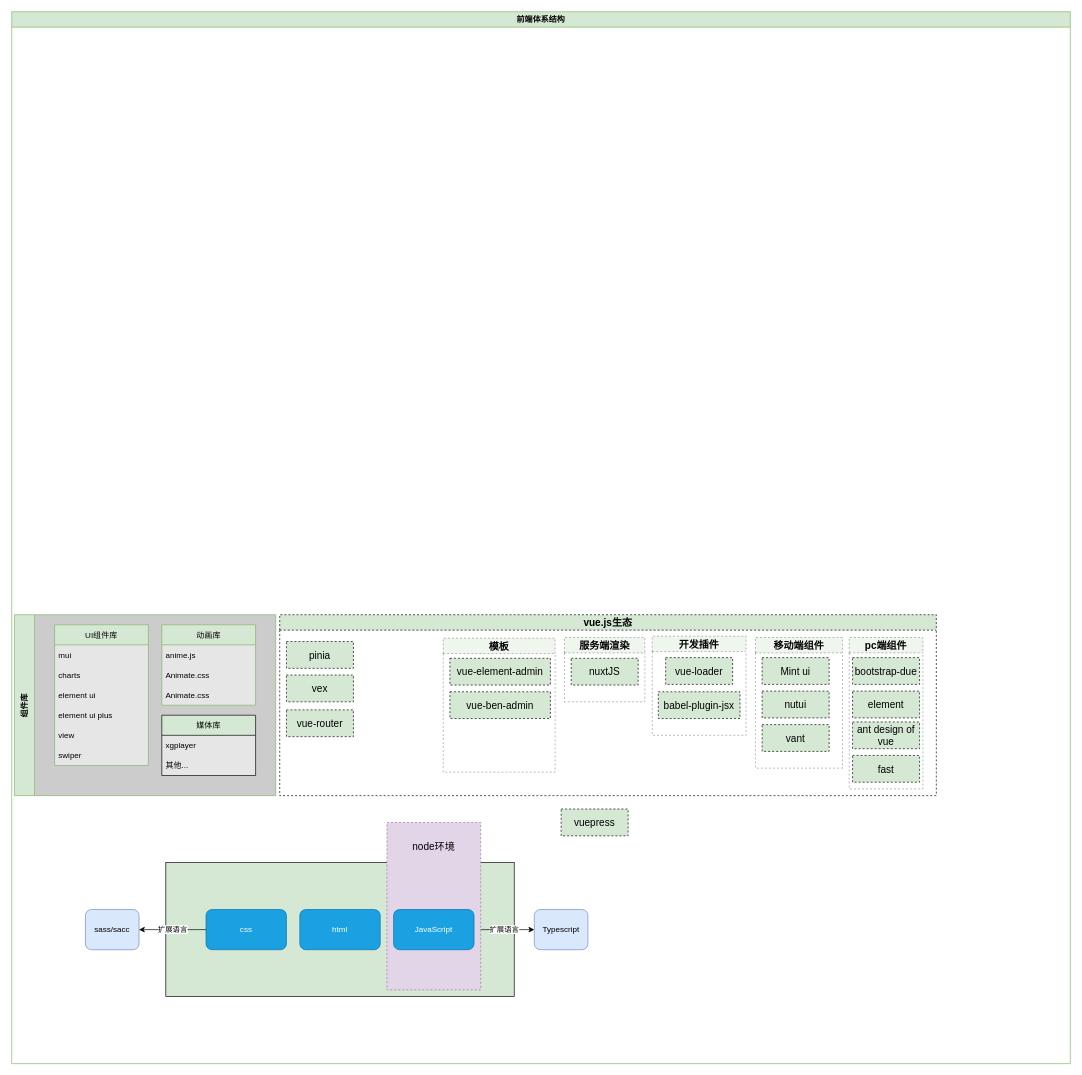
Above: docs/图表/前端体系结构.drawio in bbzywkq/bbzywkq (draw.io), before the change. Source tidied: cells renumbered, new cells numbered last; positions are measured from the earlier drawing's top-left corner, leaving out a move shared by most shapes. Both pictures are drawn from the tidied source at 67%, with x=0, y=0 at pixel (11, 11).
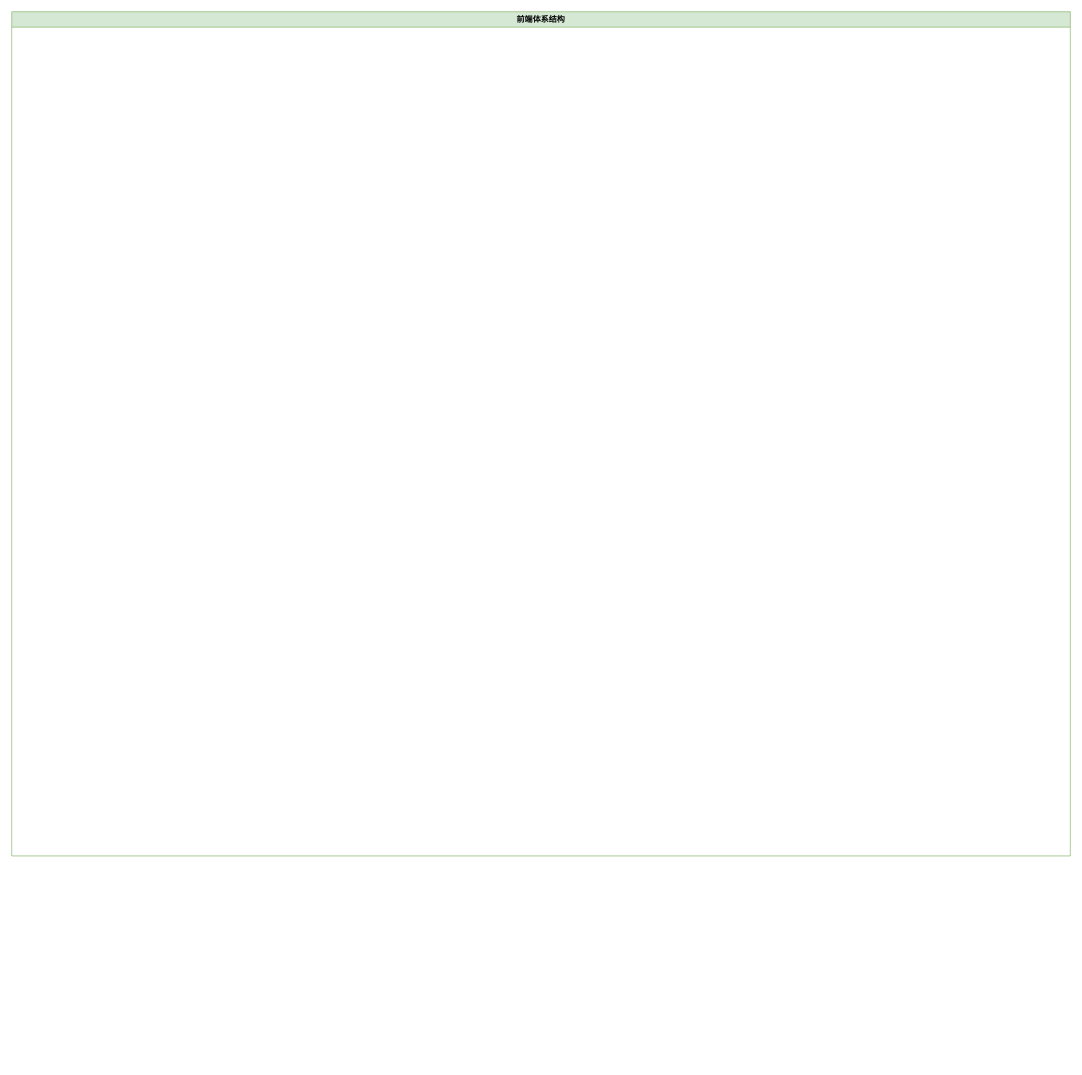
After the change.

Commit message:
更新前端体系结构.drawio

Diff of the diagram source:
```diff
@@
     <mxCell id="2" value="前端体系结构" style="swimlane;fillColor=#D5E8D4;strokeColor=#82b366;" parent="1" vertex="1">
-      <mxGeometry width="1580" height="1570" as="geometry" />
+      <mxGeometry width="1580" height="1260" as="geometry" />
     </mxCell>
-    <mxCell id="3" value="组件库" style="swimlane;horizontal=0;fillColor=#d5e8d4;strokeColor=#82b366;swimlaneFillColor=#CCCCCC;startSize=30;" parent="2" vertex="1">
-      <mxGeometry x="4" y="900" width="390" height="270" as="geometry" />
-    </mxCell>
-    <mxCell id="4" value="UI组件库" style="swimlane;fontStyle=0;horizontal=1;startSize=30;fillColor=#d5e8d4;strokeColor=#82b366;gradientColor=none;swimlaneFillColor=#E6E6E6;" parent="3" vertex="1">
-      <mxGeometry x="60" y="15" width="140" height="210" as="geometry" />
-    </mxCell>
-    <mxCell id="5" value="mui" style="text;strokeColor=none;fillColor=none;align=left;verticalAlign=middle;spacingLeft=4;spacingRight=4;overflow=hidden;" parent="4" vertex="1">
-      <mxGeometry y="30" width="140" height="30" as="geometry" />
-    </mxCell>
-    <mxCell id="6" value="charts" style="text;strokeColor=none;fillColor=none;align=left;verticalAlign=middle;spacingLeft=4;spacingRight=4;overflow=hidden;" parent="4" vertex="1">
-      <mxGeometry y="60" width="140" height="30" as="geometry" />
-    </mxCell>
-    <mxCell id="7" value="element ui" style="text;strokeColor=none;fillColor=none;align=left;verticalAlign=middle;spacingLeft=4;spacingRight=4;overflow=hidden;" parent="4" vertex="1">
-      <mxGeometry y="90" width="140" height="30" as="geometry" />
-    </mxCell>
-    <mxCell id="8" value="element ui plus" style="text;strokeColor=none;fillColor=none;align=left;verticalAlign=middle;spacingLeft=4;spacingRight=4;overflow=hidden;" parent="4" vertex="1">
-      <mxGeometry y="120" width="140" height="30" as="geometry" />
-    </mxCell>
-    <mxCell id="9" value="view" style="text;strokeColor=none;fillColor=none;align=left;verticalAlign=middle;spacingLeft=4;spacingRight=4;overflow=hidden;" parent="4" vertex="1">
-      <mxGeometry y="150" width="140" height="30" as="geometry" />
-    </mxCell>
-    <mxCell id="10" value="swiper" style="text;strokeColor=none;fillColor=none;align=left;verticalAlign=middle;spacingLeft=4;spacingRight=4;overflow=hidden;" parent="4" vertex="1">
-      <mxGeometry y="180" width="140" height="30" as="geometry" />
-    </mxCell>
-    <mxCell id="11" value="动画库" style="swimlane;fontStyle=0;horizontal=1;startSize=30;fillColor=#d5e8d4;strokeColor=#82b366;swimlaneFillColor=#E6E6E6;" parent="3" vertex="1">
-      <mxGeometry x="220" y="15" width="140" height="120" as="geometry" />
-    </mxCell>
-    <mxCell id="12" value="anime.js" style="text;strokeColor=none;fillColor=none;align=left;verticalAlign=middle;spacingLeft=4;spacingRight=4;overflow=hidden;fontStyle=0;" parent="11" vertex="1">
-      <mxGeometry y="30" width="140" height="30" as="geometry" />
-    </mxCell>
-    <mxCell id="13" value="Animate.css" style="text;strokeColor=none;fillColor=none;align=left;verticalAlign=middle;spacingLeft=4;spacingRight=4;overflow=hidden;" parent="11" vertex="1">
-      <mxGeometry y="60" width="140" height="30" as="geometry" />
-    </mxCell>
-    <mxCell id="14" value="Animate.css" style="text;strokeColor=none;fillColor=none;align=left;verticalAlign=middle;spacingLeft=4;spacingRight=4;overflow=hidden;" parent="11" vertex="1">
-      <mxGeometry y="90" width="140" height="30" as="geometry" />
-    </mxCell>
-    <mxCell id="15" value="媒体库" style="swimlane;fontStyle=0;horizontal=1;startSize=30;gradientColor=none;fillColor=#D5E8D4;swimlaneFillColor=#E6E6E6;" parent="3" vertex="1">
-      <mxGeometry x="220" y="150" width="140" height="90" as="geometry" />
-    </mxCell>
-    <mxCell id="16" value="xgplayer" style="text;strokeColor=none;fillColor=none;align=left;verticalAlign=middle;spacingLeft=4;spacingRight=4;overflow=hidden;" parent="15" vertex="1">
-      <mxGeometry y="30" width="140" height="30" as="geometry" />
-    </mxCell>
-    <mxCell id="17" value="其他..." style="text;strokeColor=none;fillColor=none;align=left;verticalAlign=middle;spacingLeft=4;spacingRight=4;overflow=hidden;" parent="15" vertex="1">
-      <mxGeometry y="60" width="140" height="30" as="geometry" />
-    </mxCell>
-    <mxCell id="18" style="rounded=0;whiteSpace=wrap;html=1;fillColor=#D5E8D4;gradientColor=none;" parent="2" vertex="1">
-      <mxGeometry x="230" y="1270" width="520" height="200" as="geometry" />
-    </mxCell>
-    <mxCell id="19" value="css" style="rounded=1;whiteSpace=wrap;html=1;fillColor=#1ba1e2;strokeColor=#006EAF;fontColor=#ffffff;" parent="2" vertex="1">
-      <mxGeometry x="290" y="1340" width="120" height="60" as="geometry" />
-    </mxCell>
-    <mxCell id="20" value="html" style="rounded=1;whiteSpace=wrap;html=1;fillColor=#1ba1e2;strokeColor=#006EAF;fontColor=#ffffff;" parent="2" vertex="1">
-      <mxGeometry x="430" y="1340" width="120" height="60" as="geometry" />
-    </mxCell>
-    <mxCell id="21" value="sass/sacc" style="rounded=1;whiteSpace=wrap;html=1;fillColor=#dae8fc;strokeColor=#6c8ebf;" parent="2" vertex="1">
-      <mxGeometry x="110" y="1340" width="80" height="60" as="geometry" />
-    </mxCell>
-    <mxCell id="22" style="edgeStyle=orthogonalEdgeStyle;rounded=0;jettySize=auto;html=1;" parent="2" edge="1" source="19" target="21">
-      <mxGeometry relative="1" as="geometry" />
-    </mxCell>
-    <mxCell id="23" value="扩展语言" style="edgeLabel;html=1;align=center;verticalAlign=middle;" parent="22" vertex="1">
-      <mxGeometry x="0.02" y="-1" relative="1" as="geometry" />
-    </mxCell>
-    <mxCell id="24" value="Typescript" style="rounded=1;whiteSpace=wrap;html=1;fillColor=#dae8fc;strokeColor=#6c8ebf;" parent="2" vertex="1">
-      <mxGeometry x="780" y="1340" width="80" height="60" as="geometry" />
-    </mxCell>
-    <mxCell id="25" value="扩展语言" style="edgeStyle=orthogonalEdgeStyle;rounded=0;jettySize=auto;html=1;" parent="2" edge="1" source="27" target="24">
-      <mxGeometry relative="1" as="geometry" />
-    </mxCell>
-    <mxCell id="26" style="rounded=0;whiteSpace=wrap;html=1;fontSize=15;fillColor=#e1d5e7;strokeColor=#9673a6;dashed=1;" parent="2" vertex="1">
-      <mxGeometry x="560" y="1210" width="140" height="250" as="geometry" />
-    </mxCell>
-    <mxCell id="27" value="JavaScript" style="rounded=1;whiteSpace=wrap;html=1;fillColor=#1ba1e2;strokeColor=#006EAF;fontColor=#ffffff;" parent="2" vertex="1">
-      <mxGeometry x="570" y="1340" width="120" height="60" as="geometry" />
-    </mxCell>
-    <mxCell id="28" value="node环境" style="text;html=1;strokeColor=none;fillColor=none;align=center;verticalAlign=middle;whiteSpace=wrap;rounded=0;dashed=1;fontSize=15;" parent="2" vertex="1">
-      <mxGeometry x="590" y="1230" width="80" height="30" as="geometry" />
-    </mxCell>
-    <mxCell id="29" value="vue.js生态" style="swimlane;dashed=1;fontSize=15;fillColor=#D5E8D4;gradientColor=none;" parent="2" vertex="1">
-      <mxGeometry x="400" y="900" width="980" height="270" as="geometry" />
-    </mxCell>
-    <mxCell id="30" value="vue-router" style="rounded=0;whiteSpace=wrap;html=1;dashed=1;fontSize=15;fillColor=#D5E8D4;gradientColor=none;" parent="29" vertex="1">
-      <mxGeometry x="10" y="142" width="100" height="40" as="geometry" />
-    </mxCell>
-    <mxCell id="31" value="pinia" style="rounded=0;whiteSpace=wrap;html=1;dashed=1;fontSize=15;fillColor=#D5E8D4;gradientColor=none;" parent="29" vertex="1">
-      <mxGeometry x="10" y="40" width="100" height="40" as="geometry" />
-    </mxCell>
-    <mxCell id="32" value="vex" style="rounded=0;whiteSpace=wrap;html=1;dashed=1;fontSize=15;fillColor=#D5E8D4;gradientColor=none;" parent="29" vertex="1">
-      <mxGeometry x="10" y="90" width="100" height="40" as="geometry" />
-    </mxCell>
-    <mxCell id="33" value="移动端组件" style="swimlane;dashed=1;fontSize=15;fillColor=#D5E8D4;gradientColor=none;opacity=40;" parent="29" vertex="1">
-      <mxGeometry x="710" y="34" width="130" height="195" as="geometry" />
-    </mxCell>
-    <mxCell id="34" value="nutui" style="rounded=0;whiteSpace=wrap;html=1;dashed=1;fontSize=15;fillColor=#D5E8D4;gradientColor=none;" parent="33" vertex="1">
-      <mxGeometry x="10" y="80" width="100" height="40" as="geometry" />
-    </mxCell>
-    <mxCell id="35" value="Mint ui" style="rounded=0;whiteSpace=wrap;html=1;dashed=1;fontSize=15;fillColor=#D5E8D4;gradientColor=none;" parent="33" vertex="1">
-      <mxGeometry x="10" y="30" width="100" height="40" as="geometry" />
-    </mxCell>
-    <mxCell id="36" value="vant" style="rounded=0;whiteSpace=wrap;html=1;dashed=1;fontSize=15;fillColor=#D5E8D4;gradientColor=none;" parent="33" vertex="1">
-      <mxGeometry x="10" y="130" width="100" height="40" as="geometry" />
-    </mxCell>
-    <mxCell id="37" value="pc端组件" style="swimlane;dashed=1;fontSize=15;fillColor=#D5E8D4;gradientColor=none;opacity=40;" parent="29" vertex="1">
-      <mxGeometry x="850" y="34" width="110" height="226" as="geometry" />
-    </mxCell>
-    <mxCell id="38" value="bootstrap-due" style="rounded=0;whiteSpace=wrap;html=1;dashed=1;fontSize=15;fillColor=#D5E8D4;gradientColor=none;" parent="37" vertex="1">
-      <mxGeometry x="5" y="30" width="100" height="40" as="geometry" />
-    </mxCell>
-    <mxCell id="39" value="element" style="rounded=0;whiteSpace=wrap;html=1;dashed=1;fontSize=15;fillColor=#D5E8D4;gradientColor=none;" parent="37" vertex="1">
-      <mxGeometry x="5" y="80" width="100" height="40" as="geometry" />
-    </mxCell>
-    <mxCell id="40" value="ant design of vue" style="rounded=0;whiteSpace=wrap;html=1;dashed=1;fontSize=15;fillColor=#D5E8D4;gradientColor=none;" parent="37" vertex="1">
-      <mxGeometry x="5" y="126" width="100" height="40" as="geometry" />
-    </mxCell>
-    <mxCell id="41" value="fast" style="rounded=0;whiteSpace=wrap;html=1;dashed=1;fontSize=15;fillColor=#D5E8D4;gradientColor=none;" parent="37" vertex="1">
-      <mxGeometry x="5" y="176" width="100" height="40" as="geometry" />
-    </mxCell>
-    <mxCell id="42" value="开发插件" style="swimlane;dashed=1;fontSize=15;fillColor=#D5E8D4;gradientColor=none;opacity=40;" parent="29" vertex="1">
-      <mxGeometry x="556" y="32" width="140" height="148" as="geometry" />
-    </mxCell>
-    <mxCell id="43" value="vue-loader" style="rounded=0;whiteSpace=wrap;html=1;dashed=1;fontSize=15;fillColor=#D5E8D4;gradientColor=none;" parent="42" vertex="1">
-      <mxGeometry x="20" y="32" width="100" height="40" as="geometry" />
-    </mxCell>
-    <mxCell id="44" value="babel-plugin-jsx" style="rounded=0;whiteSpace=wrap;html=1;dashed=1;fontSize=15;fillColor=#D5E8D4;gradientColor=none;" parent="42" vertex="1">
-      <mxGeometry x="9" y="83" width="122" height="40" as="geometry" />
-    </mxCell>
-    <mxCell id="45" value="服务端渲染" style="swimlane;dashed=1;fontSize=15;fillColor=#D5E8D4;gradientColor=none;opacity=40;" parent="29" vertex="1">
-      <mxGeometry x="425" y="34" width="120" height="96" as="geometry" />
-    </mxCell>
-    <mxCell id="46" value="nuxtJS" style="rounded=0;whiteSpace=wrap;html=1;dashed=1;fontSize=15;fillColor=#D5E8D4;gradientColor=none;" parent="45" vertex="1">
-      <mxGeometry x="10" y="31" width="100" height="40" as="geometry" />
-    </mxCell>
-    <mxCell id="47" value="模板" style="swimlane;dashed=1;fontSize=15;fillColor=#D5E8D4;gradientColor=none;opacity=40;" parent="29" vertex="1">
-      <mxGeometry x="244" y="35" width="167" height="200" as="geometry" />
-    </mxCell>
-    <mxCell id="48" value="vue-element-admin" style="rounded=0;whiteSpace=wrap;html=1;dashed=1;fontSize=15;fillColor=#D5E8D4;gradientColor=none;" parent="47" vertex="1">
-      <mxGeometry x="10" y="30" width="150" height="40" as="geometry" />
-    </mxCell>
-    <mxCell id="49" value="vue-ben-admin" style="rounded=0;whiteSpace=wrap;html=1;dashed=1;fontSize=15;fillColor=#D5E8D4;gradientColor=none;" parent="47" vertex="1">
-      <mxGeometry x="10" y="80" width="150" height="40" as="geometry" />
-    </mxCell>
-    <mxCell id="50" value="vuepress" style="rounded=0;whiteSpace=wrap;html=1;dashed=1;fontSize=15;fillColor=#D5E8D4;gradientColor=none;" parent="2" vertex="1">
-      <mxGeometry x="820" y="1190" width="100" height="40" as="geometry" />
-    </mxCell>
```
